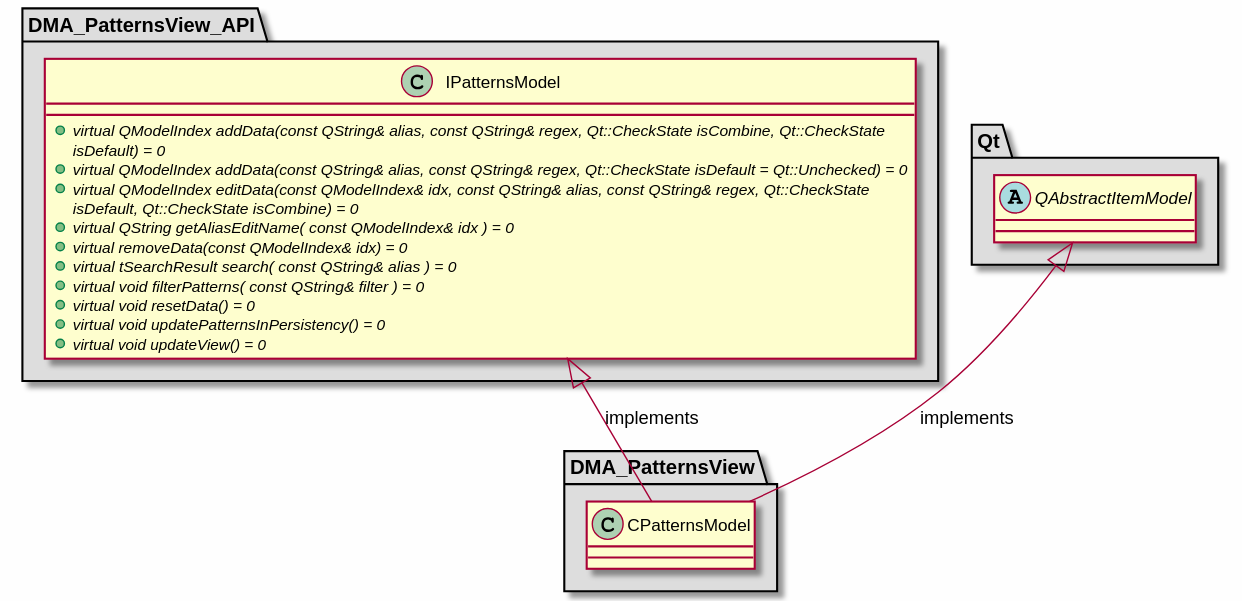
Above: md/dev_docs/puml/DMA_PatternsView_standalone.svg in svlad-90/DLT-Message-Analyzer (PlantUML), before the change.
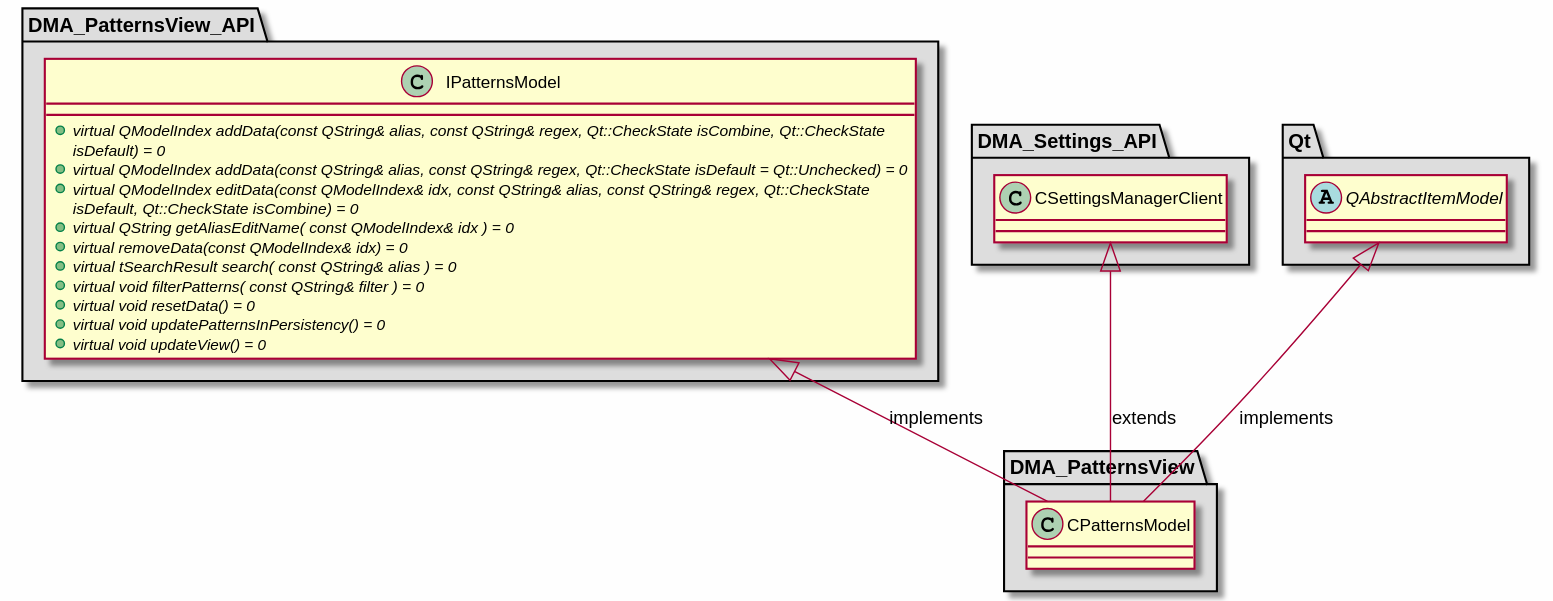
Later version of the same file.

Diff of the diagram source:
```diff
@@ -30,6 +30,15 @@
 
 }
 
+package "DMA_Settings_API" #DDDDDD
+{
+
+class "CSettingsManagerClient"
+{
+}
+
+}
+
 package "Qt" #DDDDDD
 {
 
@@ -39,6 +48,7 @@
 
 }
 
+CSettingsManagerClient <|-- CPatternsModel : extends
 IPatternsModel <|-- CPatternsModel : implements
 QAbstractItemModel <|-- CPatternsModel : implements
 
```
